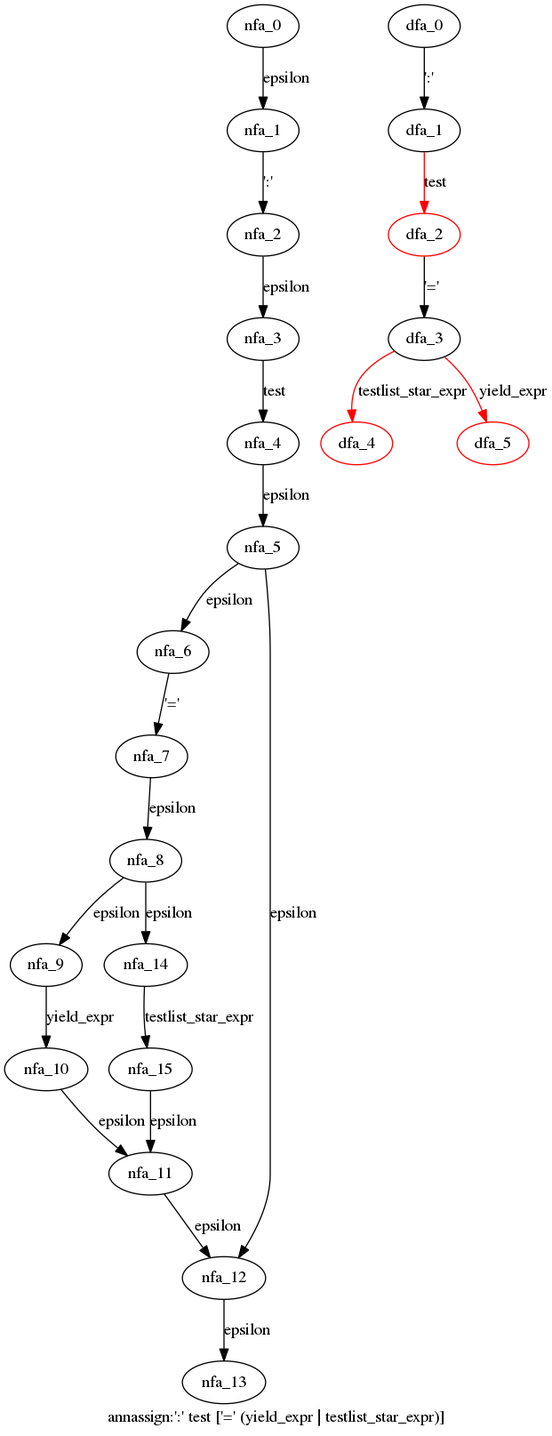
The Graphviz diagram cpython/grammar/handwrite/nfa_dfas/17.annassign.dot.png in WinChua/blog, before a commit. Its source is kept beside it as cpython/grammar/handwrite/nfa_dfas/17.annassign.dot.
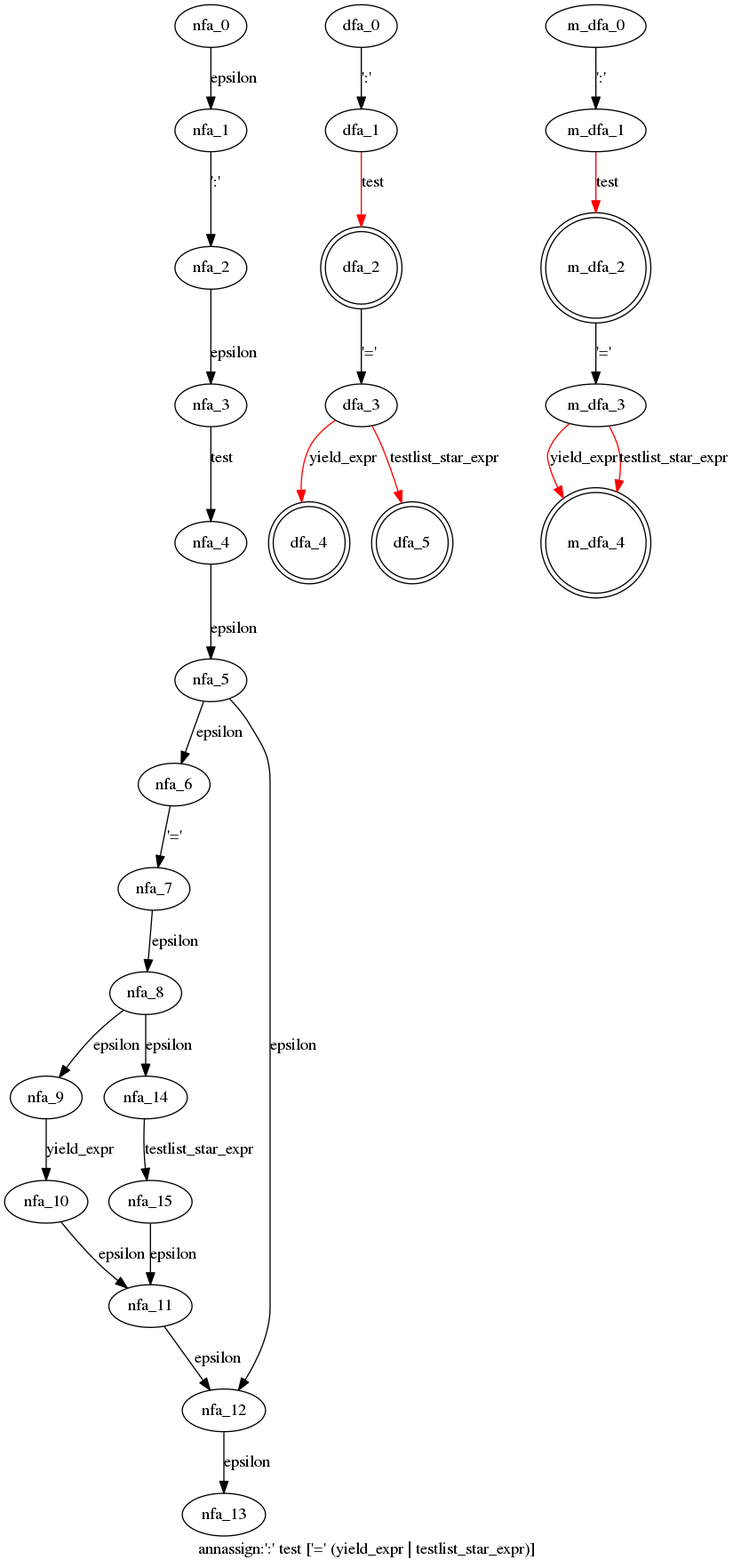
After the commit.

The edit, as a diff of the source:
```diff
@@ -23,10 +23,19 @@
   dfa_0->dfa_1[label="':'"]
   dfa_1->dfa_2[label="test",color=red]
   dfa_2->dfa_3[label="'='"]
-  dfa_3->dfa_4[label="testlist_star_expr",color=red]
-  dfa_3->dfa_5[label="yield_expr",color=red]
-  dfa_2[color=red]
-  dfa_4[color=red]
-  dfa_5[color=red]
+  dfa_3->dfa_4[label="yield_expr",color=red]
+  dfa_3->dfa_5[label="testlist_star_expr",color=red]
+  dfa_2[shape=doublecircle]
+  dfa_4[shape=doublecircle]
+  dfa_5[shape=doublecircle]
+  }
+ subgraph annassign_m_dfa {
+  m_dfa_0->m_dfa_1[label="':'"]
+  m_dfa_1->m_dfa_2[label="test",color=red]
+  m_dfa_2->m_dfa_3[label="'='"]
+  m_dfa_3->m_dfa_4[label="yield_expr",color=red]
+  m_dfa_3->m_dfa_4[label="testlist_star_expr",color=red]
+  m_dfa_2[shape=doublecircle]
+  m_dfa_4[shape=doublecircle]
   }
 }
```
